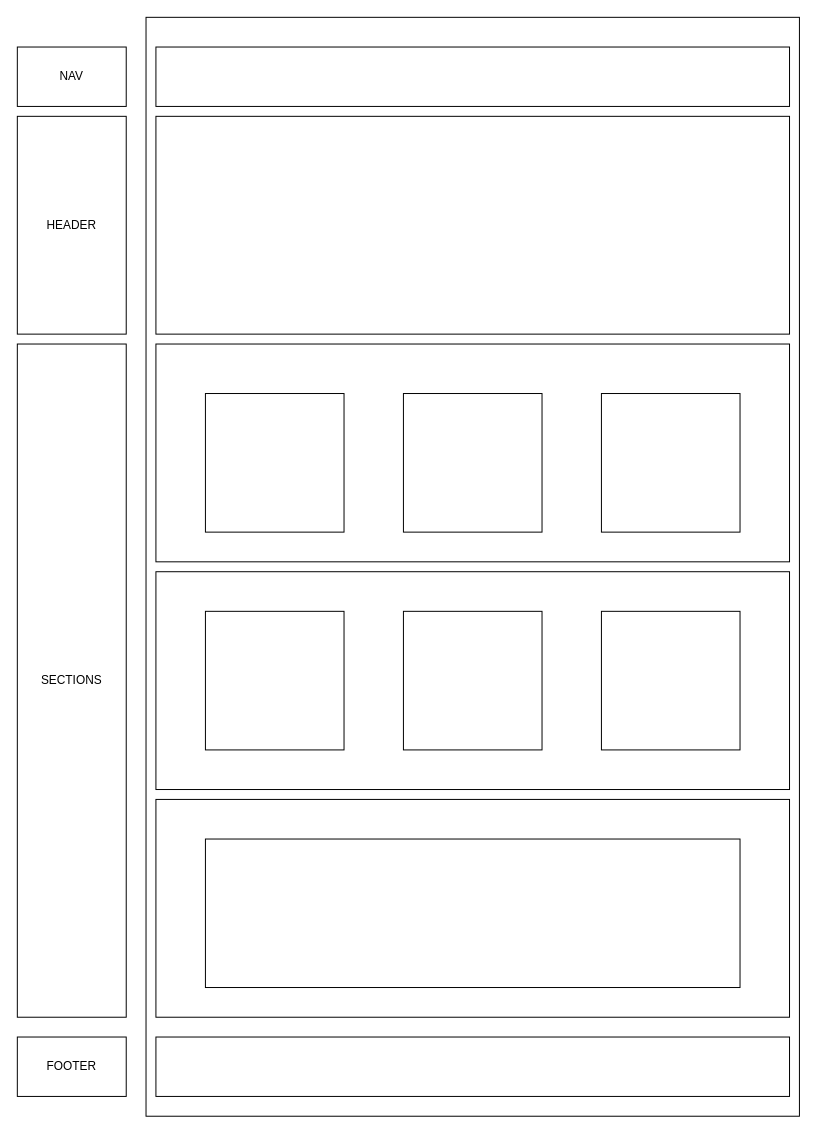
The draw.io diagram Diagrama sin título.drawio in fcanalescortes/Practica, before the edit. Source tidied: cells renumbered, new cells numbered last; positions are measured from the earlier drawing's top-left corner, leaving out a move shared by most shapes. Both pictures are drawn from the tidied source at 99%, with x=0, y=0 at pixel (17, 17).
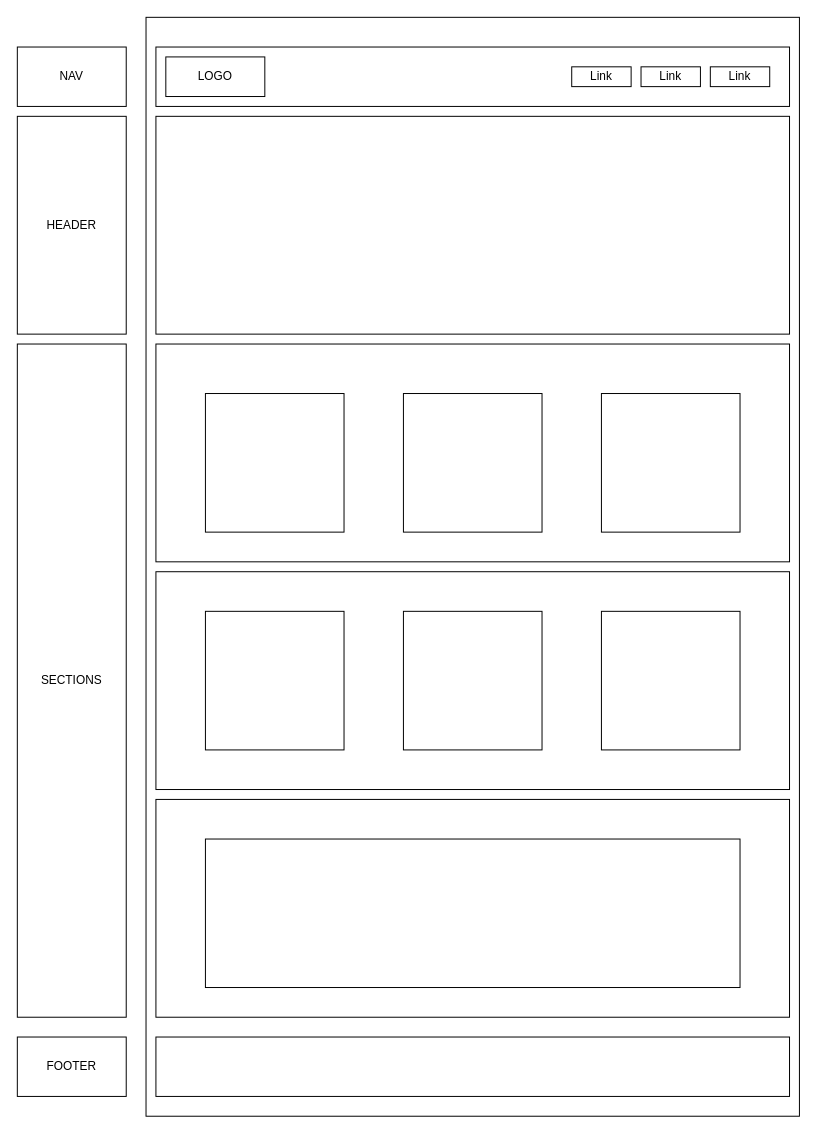
After the change.

Change to the diagram source:
```diff
@@
+    <mxCell id="20" value="LOGO" style="rounded=0;whiteSpace=wrap;html=1;" parent="1" vertex="1">
+      <mxGeometry x="150" y="40" width="100" height="40" as="geometry" />
+    </mxCell>
+    <mxCell id="21" value="Link" style="rounded=0;whiteSpace=wrap;html=1;" parent="1" vertex="1">
+      <mxGeometry x="560" y="50" width="60" height="20" as="geometry" />
+    </mxCell>
+    <mxCell id="22" value="Link" style="rounded=0;whiteSpace=wrap;html=1;" parent="1" vertex="1">
+      <mxGeometry x="630" y="50" width="60" height="20" as="geometry" />
+    </mxCell>
+    <mxCell id="23" value="Link" style="rounded=0;whiteSpace=wrap;html=1;" parent="1" vertex="1">
+      <mxGeometry x="700" y="50" width="60" height="20" as="geometry" />
+    </mxCell>
```
